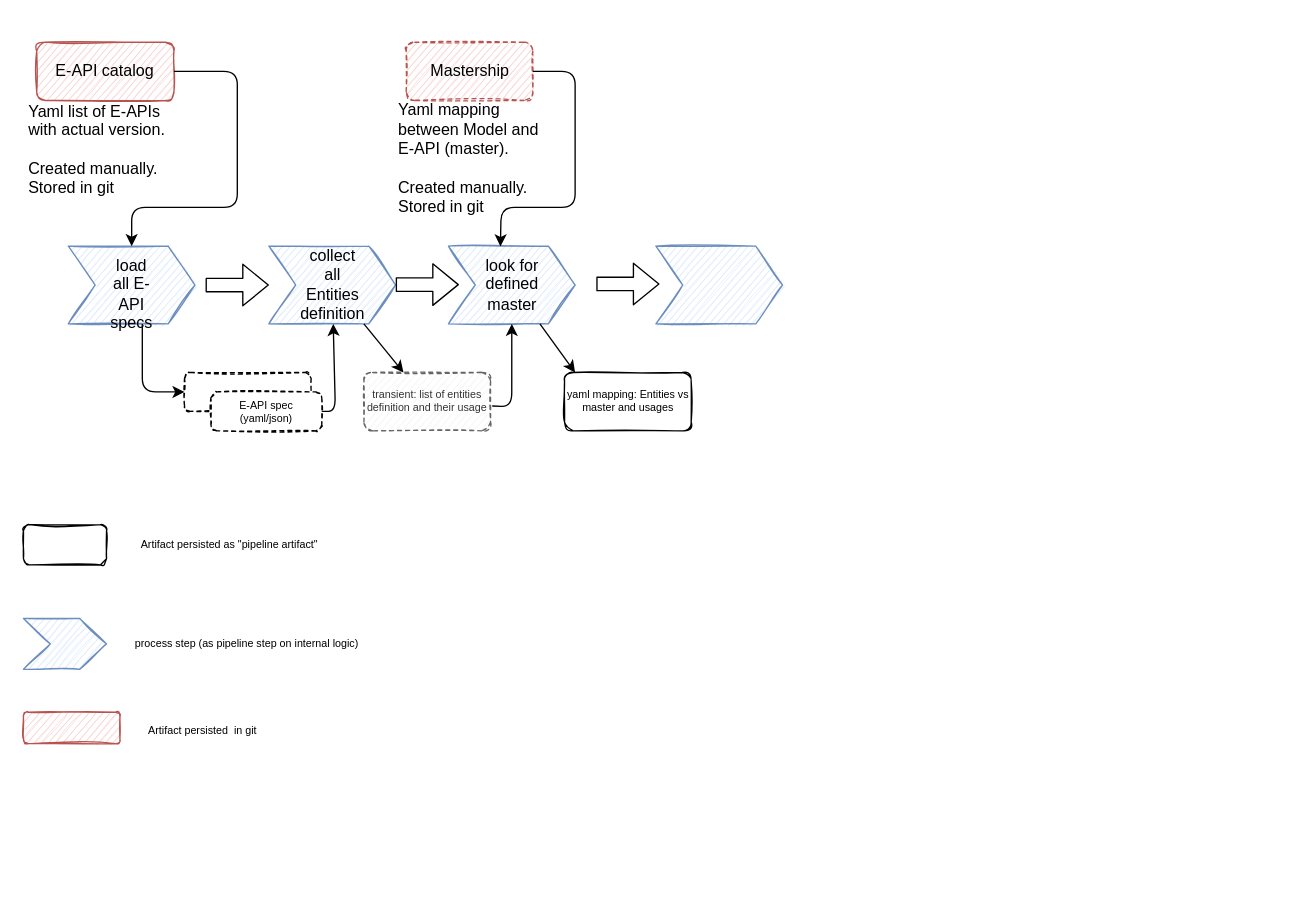
The draw.io diagram flow.drawio in slookin/stuff, before the edit. Source tidied: cells renumbered, new cells numbered last; positions are measured from the earlier drawing's top-left corner, leaving out a move shared by most shapes. Both pictures are drawn from the tidied source at 134%, with x=0, y=0 at pixel (23, 23).
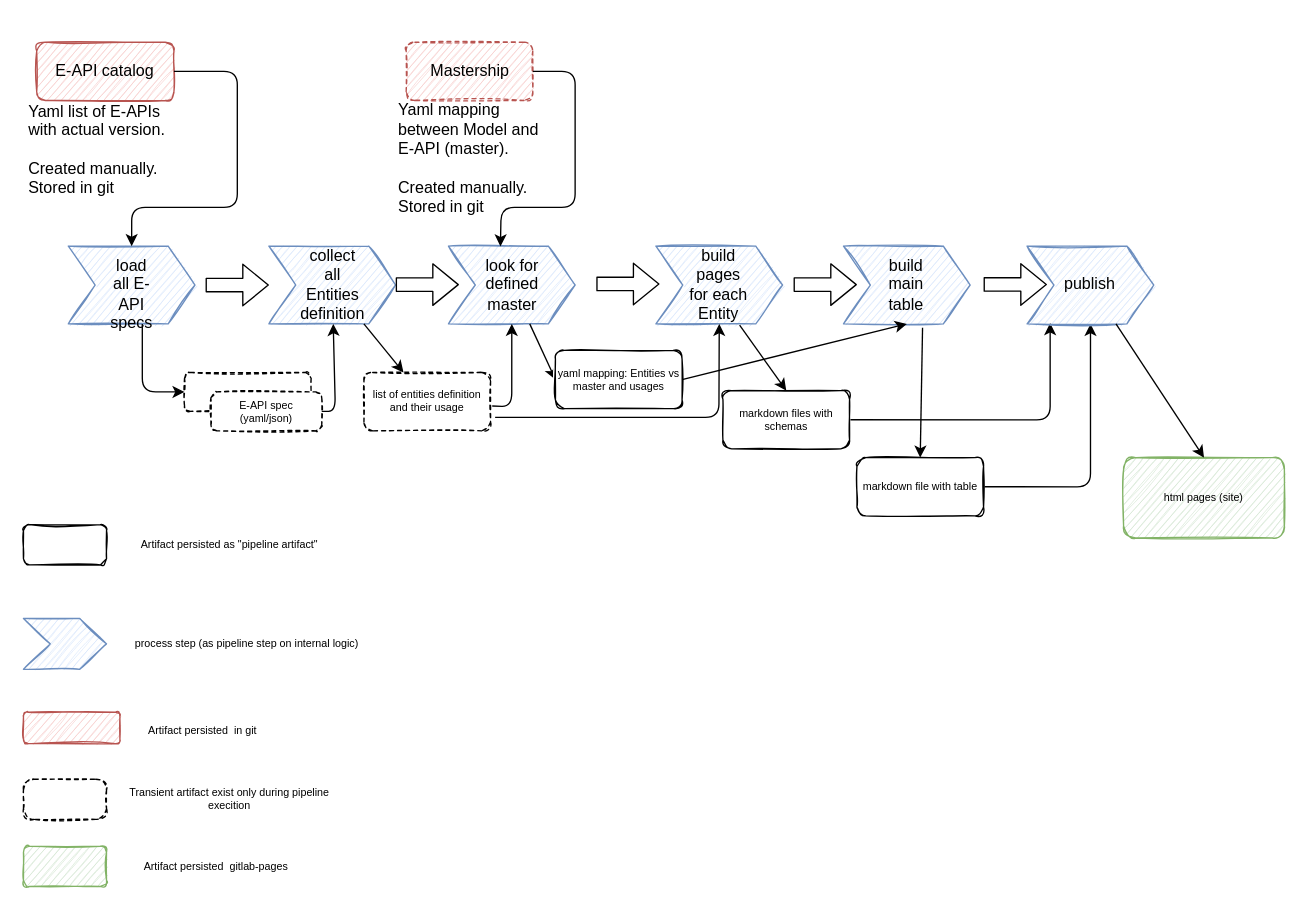
After the change.

Unchanged cells that the change refers to:
```xml
<mxCell id="2" style="group;" parent="1" vertex="1">
  <mxGeometry x="2" y="14" width="520" height="290" as="geometry" />
</mxCell>
<mxCell id="20" style="shape=step;perimeter=stepPerimeter;whiteSpace=wrap;html=1;fixedSize=1;sketch=1;align=left;fillColor=#dae8fc;strokeColor=#6c8ebf;" parent="2" vertex="1">
  <mxGeometry x="315.2" y="152.2" width="94.5" height="58" as="geometry" />
</mxCell>
<mxCell id="30" style="shape=step;perimeter=stepPerimeter;whiteSpace=wrap;html=1;fixedSize=1;sketch=1;align=left;fillColor=#dae8fc;strokeColor=#6c8ebf;" parent="1" vertex="1">
  <mxGeometry x="472" y="166.2" width="94.5" height="58" as="geometry" />
</mxCell>
```

Change to the diagram source:
```diff
@@
-    <mxCell id="4" value="transient: list of entities definition and their usage" style="rounded=1;whiteSpace=wrap;html=1;sketch=1;dashed=1;fillColor=#f5f5f5;strokeColor=#666666;fontColor=#333333;fontSize=8;" parent="2" vertex="1">
+    <mxCell id="4" value="list of entities definition and their usage" style="rounded=1;whiteSpace=wrap;html=1;sketch=1;dashed=1;fontSize=8;" parent="2" vertex="1">
       <mxGeometry x="252.1" y="246.5" width="94.5" height="43.5" as="geometry" />
     </mxCell>
@@
-    <mxCell id="27" style="endArrow=classic;html=1;" parent="2" edge="1" source="20">
-      <mxGeometry relative="1" as="geometry">
-        <mxPoint x="409.7" y="246.5" as="targetPoint" />
-      </mxGeometry>
+    <mxCell id="27" style="endArrow=classic;html=1;entryX=0;entryY=0.5;entryDx=0;entryDy=0;" parent="2" edge="1" source="20" target="28">
+      <mxGeometry relative="1" as="geometry" />
     </mxCell>
     <mxCell id="28" value="yaml mapping: Entities vs master and usages" style="rounded=1;whiteSpace=wrap;html=1;sketch=1;align=center;fontSize=8;" parent="2" vertex="1">
-      <mxGeometry x="401.8" y="246.5" width="94.5" height="43.5" as="geometry" />
+      <mxGeometry x="395" y="230" width="94.5" height="43.5" as="geometry" />
     </mxCell>
@@
+    <mxCell id="37" value="build pages for each Entity" style="text;html=1;strokeColor=none;fillColor=none;align=center;verticalAlign=middle;whiteSpace=wrap;rounded=0;dashed=1;sketch=1;" parent="1" vertex="1">
+      <mxGeometry x="494.3" y="188" width="50" height="14.5" as="geometry" />
+    </mxCell>
+    <mxCell id="38" style="endArrow=classic;html=1;fontSize=8;entryX=0.5;entryY=1;entryDx=0;entryDy=0;" parent="1" edge="1" target="30">
+      <mxGeometry relative="1" as="geometry">
+        <mxPoint x="352" y="294" as="sourcePoint" />
+        <Array as="points">
+          <mxPoint x="519" y="294" />
+        </Array>
+      </mxGeometry>
+    </mxCell>
+    <mxCell id="39" style="edgeStyle=orthogonalEdgeStyle;rounded=1;jettySize=auto;html=1;exitX=1;exitY=0.5;exitDx=0;exitDy=0;entryX=0.182;entryY=0.99;entryDx=0;entryDy=0;entryPerimeter=0;fontSize=8;" parent="1" edge="1" source="40" target="51">
+      <mxGeometry relative="1" as="geometry" />
+    </mxCell>
+    <mxCell id="40" value="markdown files with schemas" style="rounded=1;whiteSpace=wrap;html=1;sketch=1;align=center;fontSize=8;" parent="1" vertex="1">
+      <mxGeometry x="522" y="274" width="94.5" height="43.5" as="geometry" />
+    </mxCell>
+    <mxCell id="41" style="endArrow=classic;html=1;fontSize=8;exitX=0.661;exitY=1.016;exitDx=0;exitDy=0;exitPerimeter=0;entryX=0.5;entryY=0;entryDx=0;entryDy=0;" parent="1" edge="1" source="30" target="40">
+      <mxGeometry relative="1" as="geometry" />
+    </mxCell>
+    <mxCell id="42" style="rounded=1;whiteSpace=wrap;html=1;sketch=1;align=center;fontSize=8;dashed=1;arcSize=27;" parent="1" vertex="1">
+      <mxGeometry y="564" width="62" height="30" as="geometry" />
+    </mxCell>
+    <mxCell id="43" value="Transient artifact exist only during pipeline execition" style="text;html=1;strokeColor=none;fillColor=none;align=center;verticalAlign=middle;whiteSpace=wrap;rounded=0;dashed=1;sketch=1;fontSize=8;" parent="1" vertex="1">
+      <mxGeometry x="62" y="569" width="184" height="20" as="geometry" />
+    </mxCell>
+    <mxCell id="44" style="shape=step;perimeter=stepPerimeter;whiteSpace=wrap;html=1;fixedSize=1;sketch=1;align=left;fillColor=#dae8fc;strokeColor=#6c8ebf;" parent="1" vertex="1">
+      <mxGeometry x="612" y="166.2" width="94.5" height="58" as="geometry" />
+    </mxCell>
+    <mxCell id="45" style="shape=flexArrow;endArrow=classic;html=1;" parent="1" edge="1">
+      <mxGeometry relative="1" as="geometry">
+        <mxPoint x="574.7" y="194.9" as="sourcePoint" />
+        <mxPoint x="622" y="194.9" as="targetPoint" />
+      </mxGeometry>
+    </mxCell>
+    <mxCell id="46" value="build main table" style="text;html=1;strokeColor=none;fillColor=none;align=center;verticalAlign=middle;whiteSpace=wrap;rounded=0;dashed=1;sketch=1;" parent="1" vertex="1">
+      <mxGeometry x="634.3" y="188" width="50" height="14.5" as="geometry" />
+    </mxCell>
+    <mxCell id="47" style="edgeStyle=orthogonalEdgeStyle;rounded=1;jettySize=auto;html=1;exitX=1;exitY=0.5;exitDx=0;exitDy=0;fontSize=8;" parent="1" edge="1" source="48" target="51">
+      <mxGeometry relative="1" as="geometry" />
+    </mxCell>
+    <mxCell id="48" value="markdown file with table" style="rounded=1;whiteSpace=wrap;html=1;sketch=1;align=center;fontSize=8;" parent="1" vertex="1">
+      <mxGeometry x="622" y="324" width="94.5" height="43.5" as="geometry" />
+    </mxCell>
+    <mxCell id="49" style="endArrow=classic;html=1;fontSize=8;exitX=1;exitY=0.5;exitDx=0;exitDy=0;entryX=0.5;entryY=1;entryDx=0;entryDy=0;" parent="1" edge="1">
+      <mxGeometry relative="1" as="geometry">
+        <mxPoint x="491.5" y="265.8" as="sourcePoint" />
+        <mxPoint x="659.3" y="224.2" as="targetPoint" />
+      </mxGeometry>
+    </mxCell>
+    <mxCell id="50" style="endArrow=classic;html=1;fontSize=8;exitX=0.624;exitY=1.049;exitDx=0;exitDy=0;exitPerimeter=0;entryX=0.5;entryY=0;entryDx=0;entryDy=0;" parent="1" edge="1" source="44" target="48">
+      <mxGeometry relative="1" as="geometry" />
+    </mxCell>
+    <mxCell id="51" style="shape=step;perimeter=stepPerimeter;whiteSpace=wrap;html=1;fixedSize=1;sketch=1;align=left;fillColor=#dae8fc;strokeColor=#6c8ebf;" parent="1" vertex="1">
+      <mxGeometry x="749" y="166.2" width="94.5" height="58" as="geometry" />
+    </mxCell>
+    <mxCell id="52" value="publish" style="text;html=1;strokeColor=none;fillColor=none;align=center;verticalAlign=middle;whiteSpace=wrap;rounded=0;dashed=1;sketch=1;" parent="1" vertex="1">
+      <mxGeometry x="771.3" y="188" width="50" height="14.5" as="geometry" />
+    </mxCell>
+    <mxCell id="53" style="shape=flexArrow;endArrow=classic;html=1;" parent="1" edge="1">
+      <mxGeometry relative="1" as="geometry">
+        <mxPoint x="716.5" y="194.8" as="sourcePoint" />
+        <mxPoint x="763.8" y="194.8" as="targetPoint" />
+      </mxGeometry>
+    </mxCell>
+    <mxCell id="54" value="html pages (site)" style="rounded=1;whiteSpace=wrap;html=1;sketch=1;fontSize=8;align=center;fillColor=#d5e8d4;strokeColor=#82b366;" parent="1" vertex="1">
+      <mxGeometry x="821" y="324" width="120" height="60" as="geometry" />
+    </mxCell>
+    <mxCell id="55" style="endArrow=classic;html=1;fontSize=8;entryX=0.5;entryY=0;entryDx=0;entryDy=0;" parent="1" edge="1" source="51" target="54">
+      <mxGeometry relative="1" as="geometry" />
+    </mxCell>
+    <mxCell id="56" style="rounded=1;whiteSpace=wrap;html=1;sketch=1;fontSize=8;align=center;fillColor=#d5e8d4;strokeColor=#82b366;" parent="1" vertex="1">
+      <mxGeometry y="614" width="62" height="30" as="geometry" />
+    </mxCell>
+    <mxCell id="57" value="Artifact persisted&amp;nbsp; gitlab-pages" style="text;html=1;strokeColor=none;fillColor=none;align=center;verticalAlign=middle;whiteSpace=wrap;rounded=0;dashed=1;sketch=1;fontSize=8;" parent="1" vertex="1">
+      <mxGeometry x="52" y="619" width="184" height="20" as="geometry" />
+    </mxCell>
```
